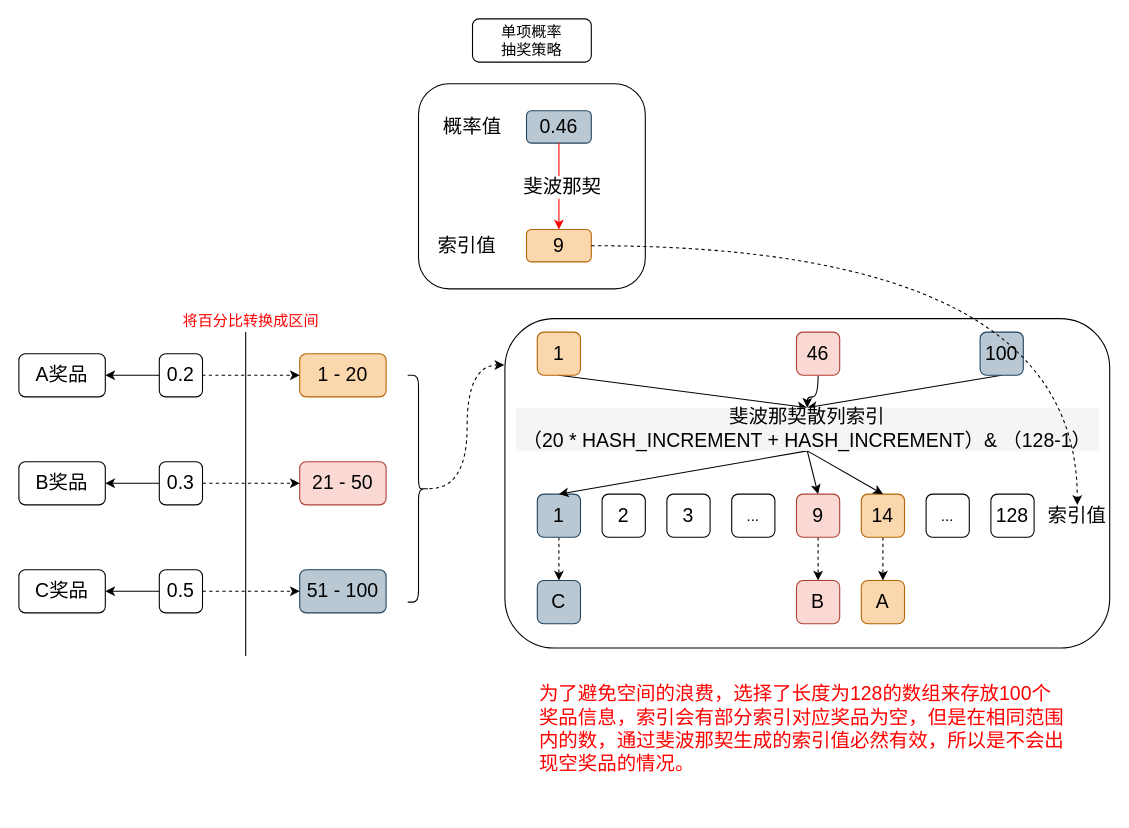
The draw.io diagram page "第 1 页" (1 of 2) of docs/笔记/项目笔记/Lottery/流程图/具体抽奖算法.drawio in HappyBinbin/HappyBinbin.github.io, before the edit. Source tidied: cells renumbered, new cells numbered last; positions are measured from the earlier drawing's top-left corner, leaving out a move shared by most shapes. Both pictures are drawn from the tidied source at 108%, with x=0, y=0 at pixel (18, 18).
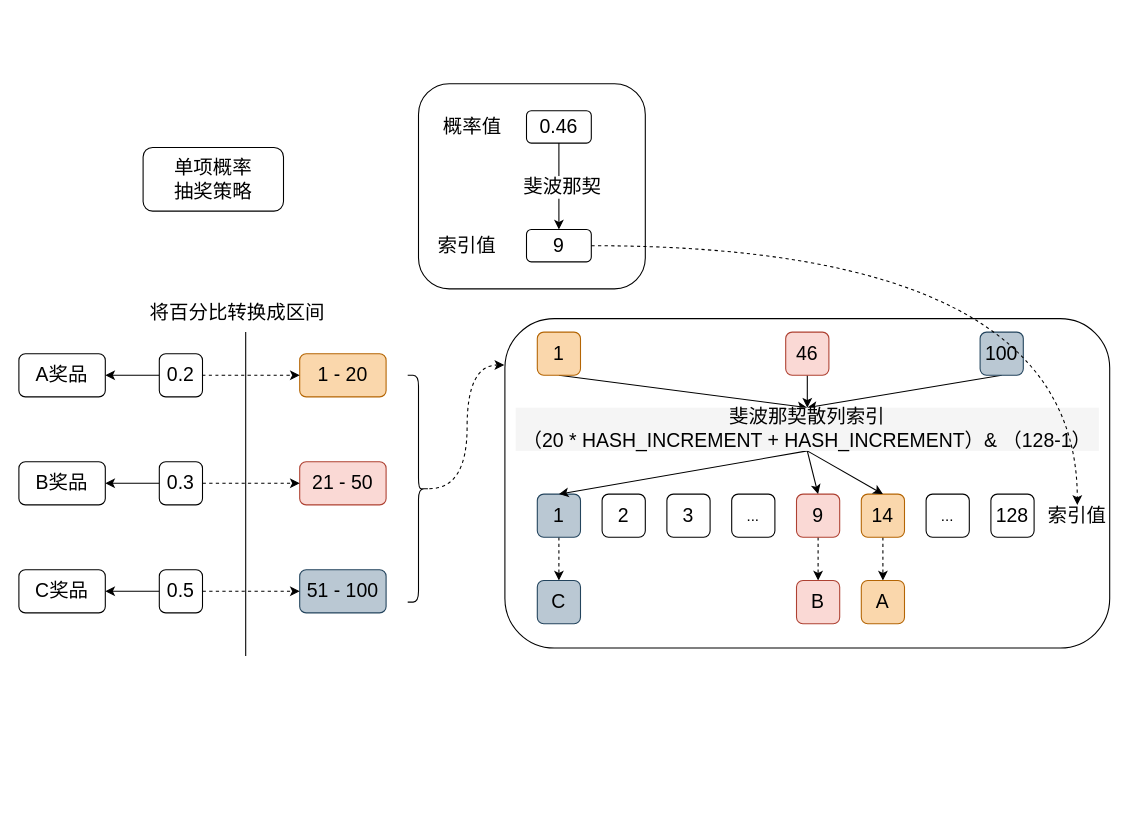
The same page after the edit.

Unchanged cells that the change refers to:
```xml
<mxCell id="3" style="group;" parent="1" vertex="1">
  <mxGeometry x="370" y="60" width="210" height="190" as="geometry" />
</mxCell>
```

Change to the diagram source:
```diff
@@
-    <mxCell id="2" value="&lt;font style=&quot;font-size: 14px&quot;&gt;单项概率&lt;br&gt;抽奖策略&lt;/font&gt;" style="rounded=1;whiteSpace=wrap;html=1;" parent="1" vertex="1">
-      <mxGeometry x="420" width="110" height="40" as="geometry" />
+    <mxCell id="2" value="&lt;font style=&quot;font-size: 18px&quot;&gt;单项概率&lt;br&gt;抽奖策略&lt;/font&gt;" style="rounded=1;whiteSpace=wrap;html=1;" parent="1" vertex="1">
+      <mxGeometry x="115" y="119" width="130" height="59" as="geometry" />
     </mxCell>
@@
-    <mxCell id="7" value="&lt;font style=&quot;font-size: 18px&quot;&gt;0.46&lt;/font&gt;" style="rounded=1;whiteSpace=wrap;html=1;fillColor=#bac8d3;strokeColor=#23445d;" parent="3" vertex="1">
+    <mxCell id="7" value="&lt;font style=&quot;font-size: 18px&quot;&gt;0.46&lt;/font&gt;" style="rounded=1;whiteSpace=wrap;html=1;" parent="3" vertex="1">
       <mxGeometry x="100" y="25" width="60" height="30" as="geometry" />
     </mxCell>
-    <mxCell id="8" value="&lt;font style=&quot;font-size: 18px&quot;&gt;9&lt;/font&gt;" style="rounded=1;whiteSpace=wrap;html=1;fillColor=#fad7ac;strokeColor=#b46504;" parent="3" vertex="1">
+    <mxCell id="8" value="&lt;font style=&quot;font-size: 18px&quot;&gt;9&lt;/font&gt;" style="rounded=1;whiteSpace=wrap;html=1;" parent="3" vertex="1">
       <mxGeometry x="100" y="135" width="60" height="30" as="geometry" />
     </mxCell>
-    <mxCell id="9" style="edgeStyle=orthogonalEdgeStyle;rounded=0;jettySize=auto;html=1;entryX=0.5;entryY=0;entryDx=0;entryDy=0;strokeColor=#FF0000;" parent="3" edge="1" source="7" target="8">
+    <mxCell id="9" style="edgeStyle=orthogonalEdgeStyle;rounded=0;jettySize=auto;html=1;entryX=0.5;entryY=0;entryDx=0;entryDy=0;" parent="3" edge="1" source="7" target="8">
       <mxGeometry relative="1" as="geometry" />
     </mxCell>
@@
     <mxCell id="30" value="&lt;font style=&quot;font-size: 18px&quot;&gt;46&lt;/font&gt;" style="rounded=1;whiteSpace=wrap;html=1;fillColor=#fad9d5;strokeColor=#ae4132;" parent="1" vertex="1">
-      <mxGeometry x="720" y="290" width="40" height="40" as="geometry" />
+      <mxGeometry x="710" y="290" width="40" height="40" as="geometry" />
     </mxCell>
@@
-    <mxCell id="51" value="&lt;font style=&quot;font-size: 14px&quot;&gt;将百分比转换成区间&lt;/font&gt;" style="text;html=1;fillColor=none;align=center;verticalAlign=middle;whiteSpace=wrap;rounded=0;fontColor=#FF0000;" parent="1" vertex="1">
-      <mxGeometry x="140" y="270" width="150" height="20" as="geometry" />
+    <mxCell id="51" value="&lt;font style=&quot;font-size: 18px&quot; color=&quot;#000000&quot;&gt;将百分比转换成区间&lt;/font&gt;" style="text;html=1;fillColor=none;align=center;verticalAlign=middle;whiteSpace=wrap;rounded=0;fontColor=#FF0000;" parent="1" vertex="1">
+      <mxGeometry x="118" y="262" width="169" height="20" as="geometry" />
     </mxCell>
@@
-    <mxCell id="57" value="&lt;font style=&quot;font-size: 18px&quot;&gt;为了避免空间的浪费，选择了长度为128的数组来存放100个奖品信息，索引会有部分索引对应奖品为空，但是在相同范围内的数，通过斐波那契生成的索引值必然有效，所以是不会出现空奖品的情况。&lt;/font&gt;" style="text;html=1;strokeColor=none;fillColor=none;align=left;verticalAlign=middle;whiteSpace=wrap;rounded=0;fontColor=#FF0000;" parent="1" vertex="1">
-      <mxGeometry x="480" y="582.5" width="490" height="150" as="geometry" />
-    </mxCell>
```
